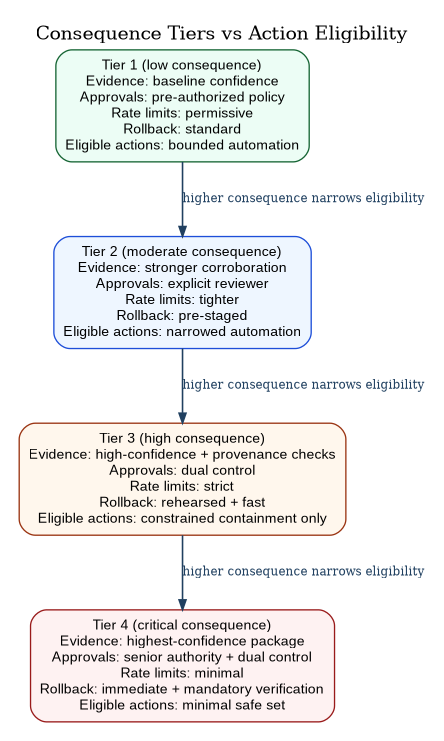
Before: papers/caf-ra/diagrams/caf_consequence_tiers.png, a diagram exported from Graphviz (anboas/Whitepaper). Its source is kept beside it as papers/caf-ra/diagrams-src/caf_consequence_tiers.dot.
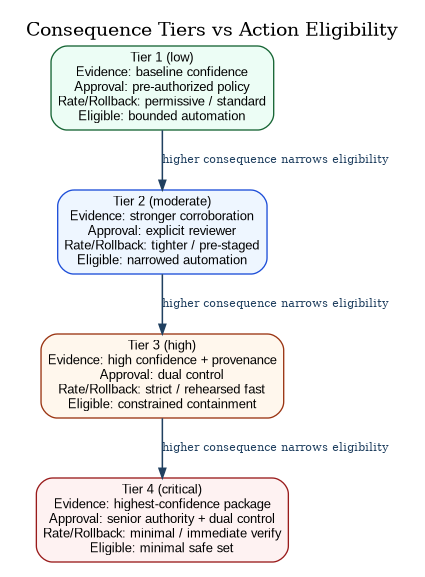
After the change.

Commit message:
fix CAF consequence-tier figure overflow and constrain page footprint

Diff of the diagram source:
```diff
@@ -2,23 +2,23 @@
   rankdir=TB;
   graph [
     bgcolor="white",
-    pad="0.20",
-    nodesep="0.50",
-    ranksep="0.62",
+    pad="0.16",
+    nodesep="0.40",
+    ranksep="0.50",
     labelloc="t",
     label="Consequence Tiers vs Action Eligibility"
   ];
 
-  node [shape=box, style="rounded,filled", fillcolor="#F8FAFC", color="#204060", fontname="Arial", fontsize=10.8, margin="0.10,0.08"];
-  edge [color="#204060", arrowsize=0.74, penwidth=1.2];
+  node [shape=box, style="rounded,filled", fillcolor="#F8FAFC", color="#204060", fontname="Arial", fontsize=9.6, margin="0.07,0.06"];
+  edge [color="#204060", arrowsize=0.72, penwidth=1.15];
 
-  T1 [label="Tier 1 (low consequence)\nEvidence: baseline confidence\nApprovals: pre-authorized policy\nRate limits: permissive\nRollback: standard\nEligible actions: bounded automation", fillcolor="#ECFDF5", color="#166534"];
+  T1 [label="Tier 1 (low)\nEvidence: baseline confidence\nApproval: pre-authorized policy\nRate/Rollback: permissive / standard\nEligible: bounded automation", fillcolor="#ECFDF5", color="#166534"];
 
-  T2 [label="Tier 2 (moderate consequence)\nEvidence: stronger corroboration\nApprovals: explicit reviewer\nRate limits: tighter\nRollback: pre-staged\nEligible actions: narrowed automation", fillcolor="#EEF6FF", color="#1D4ED8"];
+  T2 [label="Tier 2 (moderate)\nEvidence: stronger corroboration\nApproval: explicit reviewer\nRate/Rollback: tighter / pre-staged\nEligible: narrowed automation", fillcolor="#EEF6FF", color="#1D4ED8"];
 
-  T3 [label="Tier 3 (high consequence)\nEvidence: high-confidence + provenance checks\nApprovals: dual control\nRate limits: strict\nRollback: rehearsed + fast\nEligible actions: constrained containment only", fillcolor="#FFF7ED", color="#9A3412"];
+  T3 [label="Tier 3 (high)\nEvidence: high confidence + provenance\nApproval: dual control\nRate/Rollback: strict / rehearsed fast\nEligible: constrained containment", fillcolor="#FFF7ED", color="#9A3412"];
 
-  T4 [label="Tier 4 (critical consequence)\nEvidence: highest-confidence package\nApprovals: senior authority + dual control\nRate limits: minimal\nRollback: immediate + mandatory verification\nEligible actions: minimal safe set", fillcolor="#FEF2F2", color="#991B1B"];
+  T4 [label="Tier 4 (critical)\nEvidence: highest-confidence package\nApproval: senior authority + dual control\nRate/Rollback: minimal / immediate verify\nEligible: minimal safe set", fillcolor="#FEF2F2", color="#991B1B"];
 
-  T1 -> T2 -> T3 -> T4 [label="higher consequence narrows eligibility", fontsize=9.0, fontcolor="#204060"];
+  T1 -> T2 -> T3 -> T4 [label="higher consequence narrows eligibility", fontsize=8.4, fontcolor="#204060"];
 }
```
